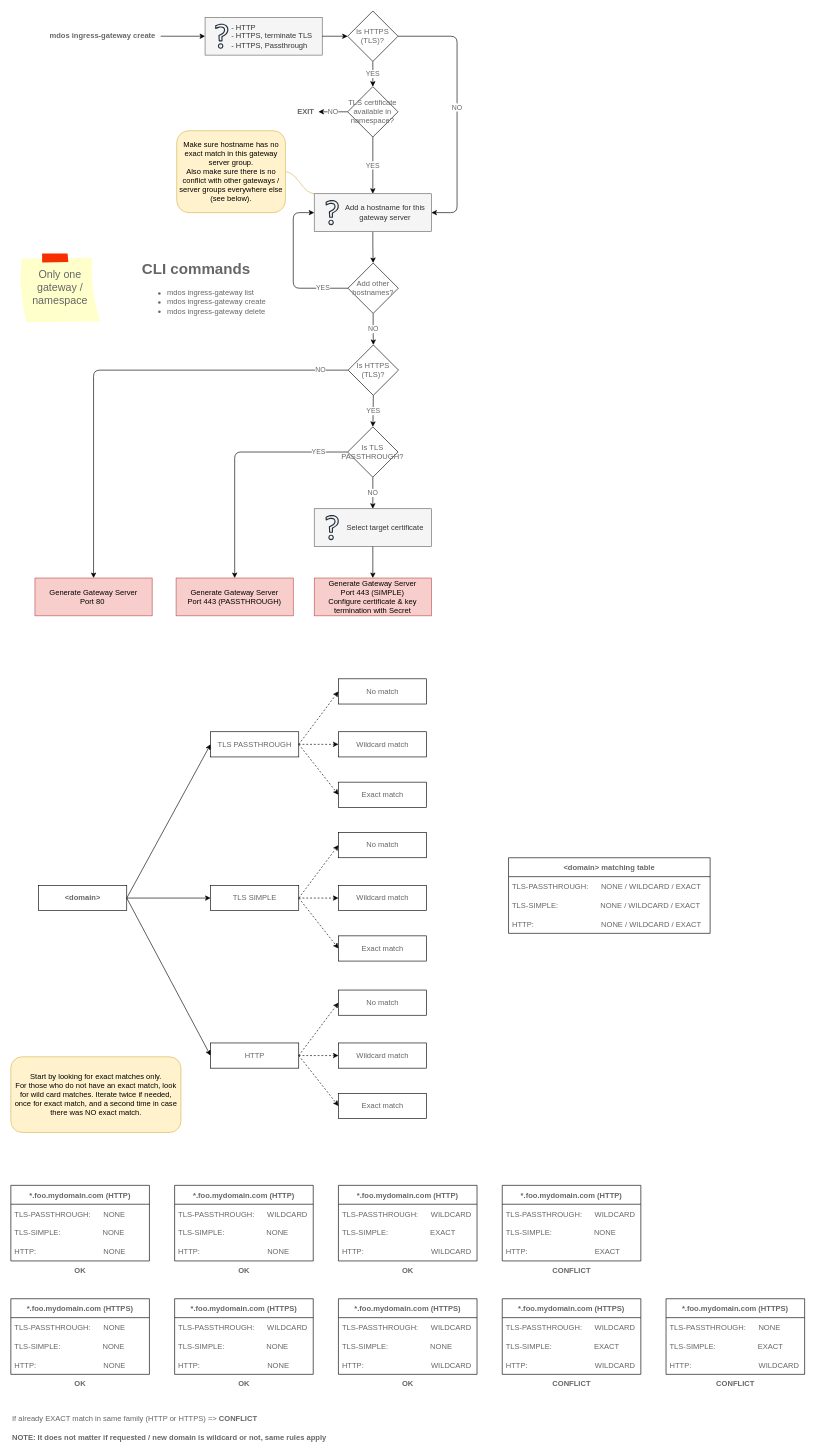
Earlier version of the draw.io diagram page "Gateway management" (8 of 9) of mdos-docs/draw.io/architecture.drawio (mdundek/mdos). Source tidied: cells renumbered, new cells numbered last; positions are measured from the earlier drawing's top-left corner, leaving out a move shared by most shapes. Both pictures are drawn from the tidied source at 63%, with x=0, y=0 at pixel (11, 11).
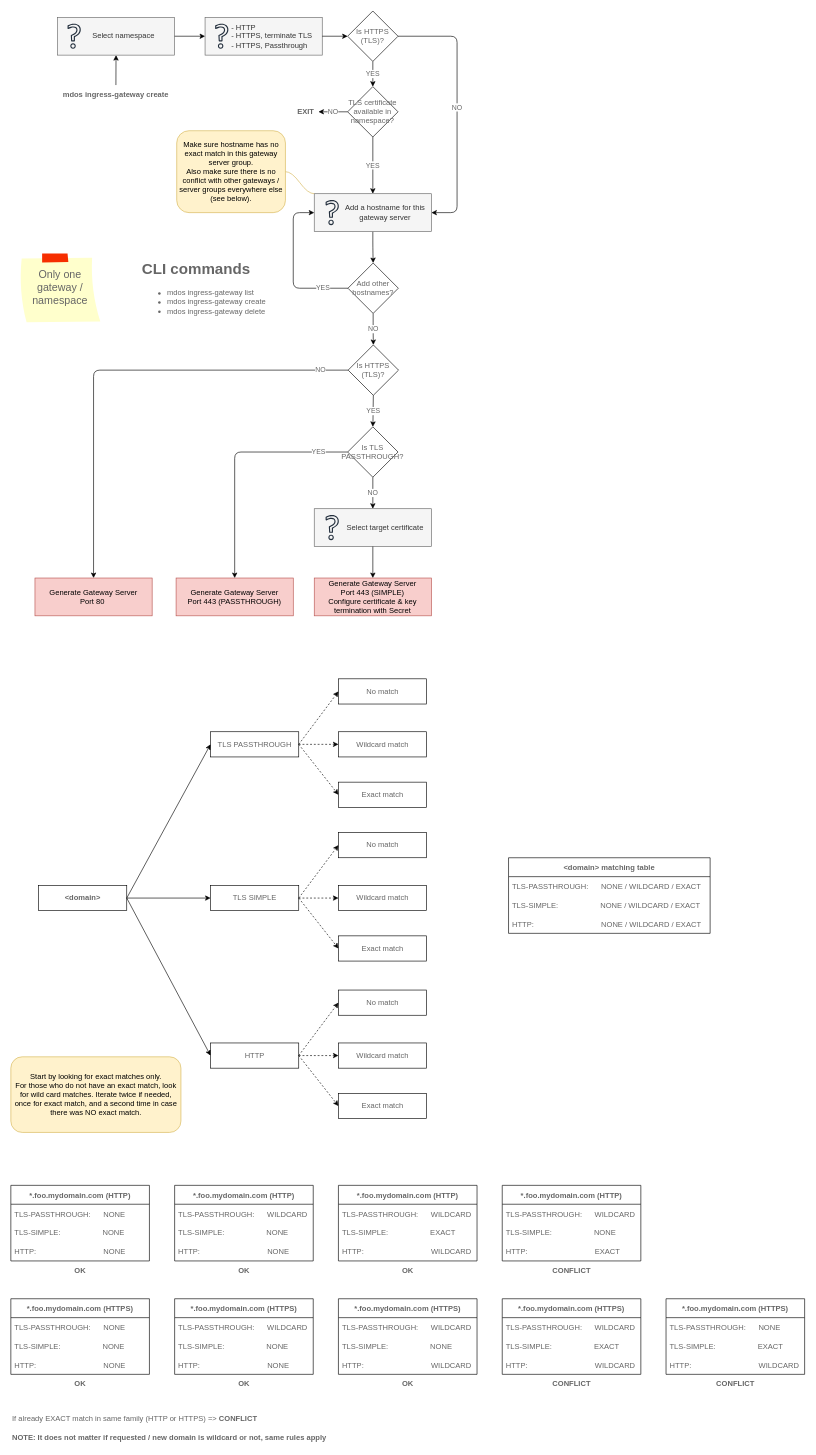
Above is the later version.

Unchanged cells that the change refers to:
```xml
<mxCell id="14" value="&lt;blockquote style=&quot;margin: 0 0 0 40px; border: none; padding: 0px;&quot;&gt;&lt;span style=&quot;background-color: initial;&quot;&gt;- HTTP&lt;/span&gt;&lt;br&gt;&lt;span style=&quot;background-color: initial;&quot;&gt;- HTTPS, terminate TLS&lt;/span&gt;&lt;br&gt;&lt;span style=&quot;background-color: initial;&quot;&gt;- HTTPS, Passthrough&lt;/span&gt;&lt;br&gt;&lt;/blockquote&gt;" style="rounded=0;whiteSpace=wrap;html=1;fillColor=#f5f5f5;fontColor=#333333;strokeColor=#666666;align=left;" parent="13" vertex="1">
  <mxGeometry width="186" height="60" as="geometry" />
</mxCell>
```

Change to the diagram source:
```diff
@@
-    <mxCell id="11" style="edgeStyle=orthogonalEdgeStyle;rounded=1;jumpStyle=arc;jettySize=auto;html=1;fontColor=#666666;" parent="1" edge="1" source="12" target="14">
+    <mxCell id="11" style="edgeStyle=orthogonalEdgeStyle;rounded=1;jumpStyle=arc;jettySize=auto;html=1;fontColor=#666666;" parent="1" edge="1" source="12" target="115">
       <mxGeometry relative="1" as="geometry" />
     </mxCell>
     <mxCell id="12" value="&lt;b&gt;mdos ingress-gateway create&lt;/b&gt;" style="text;html=1;strokeColor=none;fillColor=none;align=center;verticalAlign=middle;whiteSpace=wrap;rounded=0;fontColor=#666666;" parent="1" vertex="1">
-      <mxGeometry x="53" y="25" width="184.5" height="30" as="geometry" />
+      <mxGeometry x="74.2" y="117.5" width="184.5" height="30" as="geometry" />
     </mxCell>
@@
+    <mxCell id="114" style="group;" parent="1" vertex="1">
+      <mxGeometry x="73.7" y="10" width="186" height="60" as="geometry" />
+    </mxCell>
+    <mxCell id="115" value="&lt;blockquote style=&quot;margin: 0 0 0 40px; border: none; padding: 0px;&quot;&gt;&amp;nbsp; &amp;nbsp; Select namespace&lt;/blockquote&gt;" style="rounded=0;whiteSpace=wrap;html=1;fillColor=#f5f5f5;fontColor=#333333;strokeColor=#666666;align=left;" parent="114" vertex="1">
+      <mxGeometry width="186" height="60" as="geometry" />
+    </mxCell>
+    <mxCell id="116" style="sketch=0;fontColor=#232F3E;gradientColor=none;fillColor=#232F3D;strokeColor=none;dashed=0;verticalLabelPosition=bottom;verticalAlign=top;align=center;html=1;fontSize=12;fontStyle=0;shape=mxgraph.aws4.question;" parent="114" vertex="1">
+      <mxGeometry x="16" y="10" width="21" height="40" as="geometry" />
+    </mxCell>
+    <mxCell id="117" style="edgeStyle=orthogonalEdgeStyle;rounded=0;jettySize=auto;html=1;entryX=0;entryY=0.5;entryDx=0;entryDy=0;" parent="1" edge="1" source="115" target="14">
+      <mxGeometry relative="1" as="geometry" />
+    </mxCell>
```
